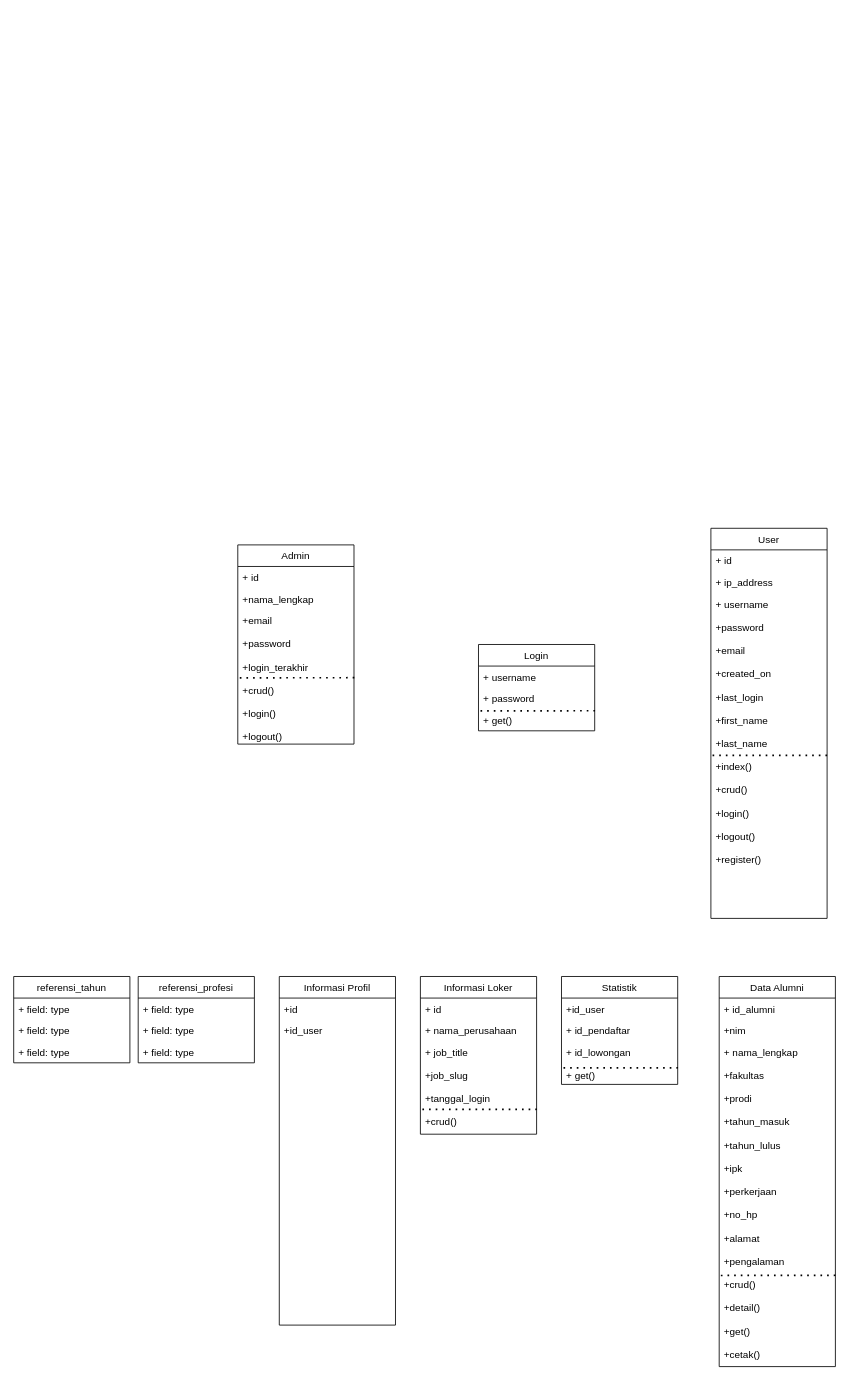
This is class diagram alumni.drawio from ratihpn99/tokoonline, a draw.io file, before an edit. Source tidied: cells renumbered, new cells numbered last; positions are measured from the earlier drawing's top-left corner, leaving out a move shared by most shapes. Both pictures are drawn from the tidied source at 83%, with x=0, y=0 at pixel (13, 528).
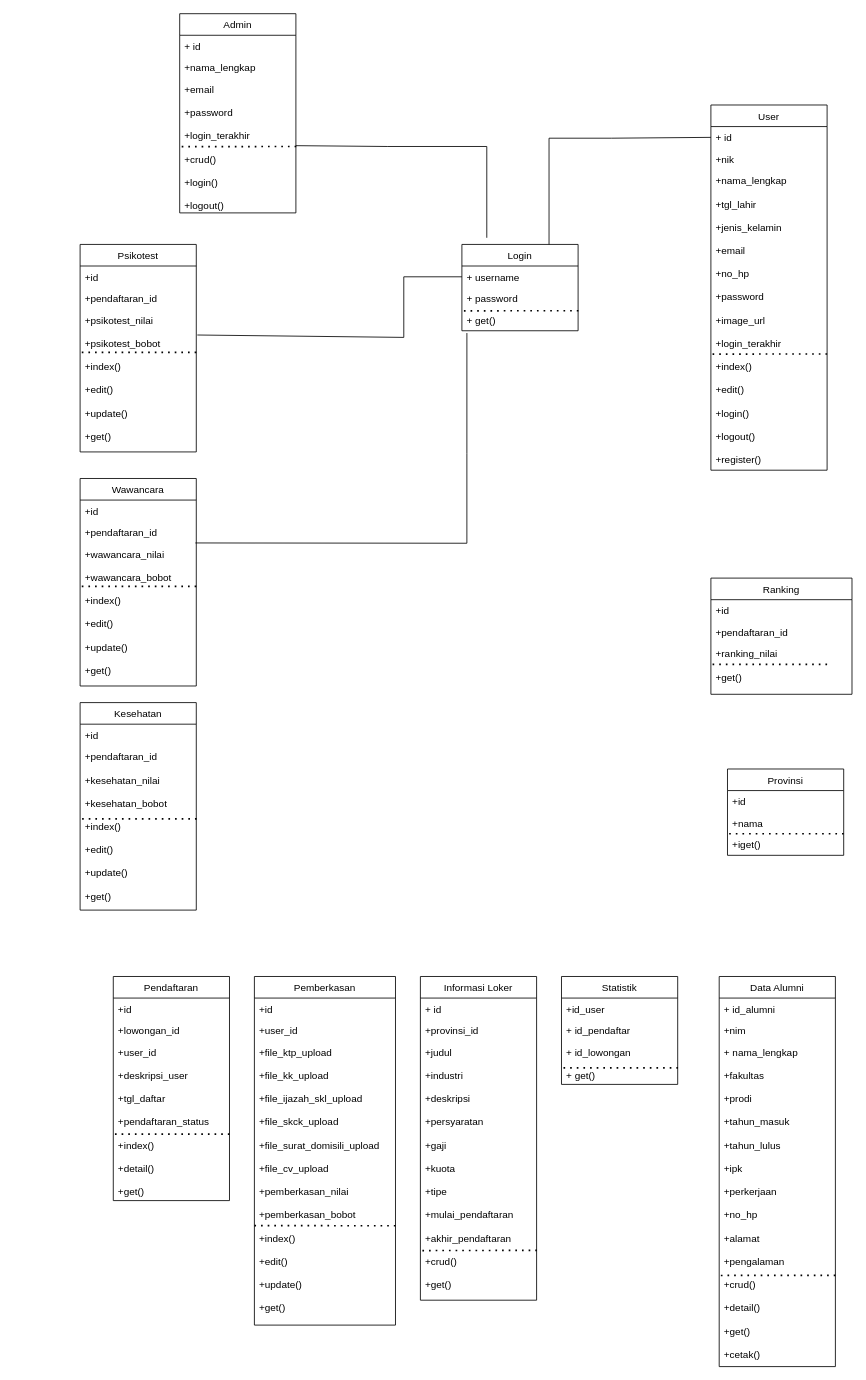
After the change.

The change refers to these unchanged cells:
```xml
<mxCell id="3" value="+ username" style="text;strokeColor=none;fillColor=none;align=left;verticalAlign=top;spacingLeft=4;spacingRight=4;overflow=hidden;points=[[0,0.5],[1,0.5]];portConstraint=eastwest;" parent="2" vertex="1">
  <mxGeometry y="26" width="140" height="26" as="geometry" />
</mxCell>
<mxCell id="5" value="+ get()" style="text;strokeColor=none;fillColor=none;align=left;verticalAlign=top;spacingLeft=4;spacingRight=4;overflow=hidden;points=[[0,0.5],[1,0.5]];portConstraint=eastwest;" parent="2" vertex="1">
  <mxGeometry y="78" width="140" height="26" as="geometry" />
</mxCell>
<mxCell id="11" value="+email&#10;&#10;+password&#10;&#10;+login_terakhir&#10;&#10;+crud()&#10;&#10;+login()&#10;&#10;+logout()" style="text;strokeColor=none;fillColor=none;align=left;verticalAlign=top;spacingLeft=4;spacingRight=4;overflow=hidden;points=[[0,0.5],[1,0.5]];portConstraint=eastwest;" parent="7" vertex="1">
  <mxGeometry y="78" width="140" height="162" as="geometry" />
</mxCell>
<mxCell id="13" value="+ id" style="text;strokeColor=none;fillColor=none;align=left;verticalAlign=top;spacingLeft=4;spacingRight=4;overflow=hidden;points=[[0,0.5],[1,0.5]];portConstraint=eastwest;" parent="12" vertex="1">
  <mxGeometry y="26" width="140" height="26" as="geometry" />
</mxCell>
```

Diff of the diagram source:
```diff
@@
     <mxCell id="2" value="Login" style="swimlane;fontStyle=0;horizontal=1;startSize=26;fillColor=none;" parent="1" vertex="1">
-      <mxGeometry x="560" y="140" width="140" height="104" as="geometry" />
+      <mxGeometry x="540" y="-342" width="140" height="104" as="geometry" />
     </mxCell>
@@
     <mxCell id="7" value="Admin" style="swimlane;fontStyle=0;horizontal=1;startSize=26;fillColor=none;" parent="1" vertex="1">
-      <mxGeometry x="270" y="20" width="140" height="240" as="geometry" />
+      <mxGeometry x="200" y="-620" width="140" height="240" as="geometry" />
     </mxCell>
@@
     <mxCell id="12" value="User" style="swimlane;fontStyle=0;horizontal=1;startSize=26;fillColor=none;" parent="1" vertex="1">
-      <mxGeometry x="840" width="140" height="470" as="geometry" />
+      <mxGeometry x="840" y="-510" width="140" height="440" as="geometry" />
     </mxCell>
@@
-    <mxCell id="14" value="+ ip_address" style="text;strokeColor=none;fillColor=none;align=left;verticalAlign=top;spacingLeft=4;spacingRight=4;overflow=hidden;" parent="12" vertex="1">
+    <mxCell id="14" value="+nik" style="text;strokeColor=none;fillColor=none;align=left;verticalAlign=top;spacingLeft=4;spacingRight=4;overflow=hidden;" parent="12" vertex="1">
       <mxGeometry y="52" width="140" height="26" as="geometry" />
     </mxCell>
-    <mxCell id="15" value="+ username&#10;&#10;+password&#10;&#10;+email&#10;&#10;+created_on&#10;&#10;+last_login&#10;&#10;+first_name&#10;&#10;+last_name&#10;&#10;+index()&#10;&#10;+crud()&#10;&#10;+login()&#10;&#10;+logout()&#10;&#10;+register()" style="text;strokeColor=none;fillColor=none;align=left;verticalAlign=top;spacingLeft=4;spacingRight=4;overflow=hidden;" parent="12" vertex="1">
-      <mxGeometry y="78" width="140" height="392" as="geometry" />
+    <mxCell id="15" value="+nama_lengkap&#10;&#10;+tgl_lahir&#10;&#10;+jenis_kelamin&#10;&#10;+email&#10;&#10;+no_hp&#10;&#10;+password&#10;&#10;+image_url&#10;&#10;+login_terakhir&#10;&#10;+index()&#10;&#10;+edit()&#10;&#10;+login()&#10;&#10;+logout()&#10;&#10;+register()" style="text;strokeColor=none;fillColor=none;align=left;verticalAlign=top;spacingLeft=4;spacingRight=4;overflow=hidden;" parent="12" vertex="1">
+      <mxGeometry y="78" width="140" height="362" as="geometry" />
     </mxCell>
     <mxCell id="16" style="endArrow=none;dashed=1;html=1;dashPattern=1 3;strokeWidth=2;rounded=0;exitX=1.003;exitY=1.071;exitDx=0;exitDy=0;exitPerimeter=0;" parent="12" edge="1">
       <mxGeometry relative="1" as="geometry">
-        <mxPoint x="140" y="273.5" as="sourcePoint" />
-        <mxPoint x="-0.4" y="273.6" as="targetPoint" />
+        <mxPoint x="140" y="300" as="sourcePoint" />
+        <mxPoint x="-0.4" y="300.1" as="targetPoint" />
       </mxGeometry>
     </mxCell>
@@
     <mxCell id="27" value="Informasi Loker" style="swimlane;fontStyle=0;horizontal=1;startSize=26;fillColor=none;" parent="1" vertex="1">
-      <mxGeometry x="490" y="540" width="140" height="190" as="geometry" />
+      <mxGeometry x="490" y="540" width="140" height="390" as="geometry" />
     </mxCell>
@@
-    <mxCell id="29" value="+ nama_perusahaan" style="text;strokeColor=none;fillColor=none;align=left;verticalAlign=top;spacingLeft=4;spacingRight=4;overflow=hidden;" parent="27" vertex="1">
+    <mxCell id="29" value="+provinsi_id" style="text;strokeColor=none;fillColor=none;align=left;verticalAlign=top;spacingLeft=4;spacingRight=4;overflow=hidden;" parent="27" vertex="1">
       <mxGeometry y="52" width="140" height="26" as="geometry" />
     </mxCell>
-    <mxCell id="30" value="+ job_title&#10;&#10;+job_slug&#10;&#10;+tanggal_login&#10;&#10;+crud()" style="text;strokeColor=none;fillColor=none;align=left;verticalAlign=top;spacingLeft=4;spacingRight=4;overflow=hidden;" parent="27" vertex="1">
-      <mxGeometry y="78" width="140" height="112" as="geometry" />
+    <mxCell id="30" value="+judul&#10;&#10;+industri&#10;&#10;+deskripsi&#10;&#10;+persyaratan&#10;&#10;+gaji&#10;&#10;+kuota&#10;&#10;+tipe&#10;&#10;+mulai_pendaftaran&#10;&#10;+akhir_pendaftaran&#10;&#10;+crud()&#10;&#10;+get()" style="text;strokeColor=none;fillColor=none;align=left;verticalAlign=top;spacingLeft=4;spacingRight=4;overflow=hidden;" parent="27" vertex="1">
+      <mxGeometry y="78" width="140" height="312" as="geometry" />
     </mxCell>
-    <mxCell id="31" style="endArrow=none;dashed=1;html=1;dashPattern=1 3;strokeWidth=2;rounded=0;exitX=1.003;exitY=1.071;exitDx=0;exitDy=0;exitPerimeter=0;" parent="27" edge="1">
-      <mxGeometry relative="1" as="geometry">
-        <mxPoint x="140.4" y="160" as="sourcePoint" />
-        <mxPoint y="160.1" as="targetPoint" />
-      </mxGeometry>
-    </mxCell>
+    <mxCell id="43" style="endArrow=none;dashed=1;html=1;dashPattern=1 3;strokeWidth=2;rounded=0;exitX=1.003;exitY=1.071;exitDx=0;exitDy=0;exitPerimeter=0;" parent="27" edge="1">
+      <mxGeometry relative="1" as="geometry">
+        <mxPoint x="140.4" y="330" as="sourcePoint" />
+        <mxPoint y="330.2" as="targetPoint" />
+      </mxGeometry>
+    </mxCell>
-    <mxCell id="32" value="Informasi Profil" style="swimlane;fontStyle=0;horizontal=1;startSize=26;fillColor=none;" parent="1" vertex="1">
-      <mxGeometry x="320" y="540" width="140" height="420" as="geometry" />
+    <mxCell id="32" value="Kesehatan" style="swimlane;fontStyle=0;horizontal=1;startSize=26;fillColor=none;" parent="1" vertex="1">
+      <mxGeometry x="80" y="210" width="140" height="250" as="geometry" />
     </mxCell>
@@
+    <mxCell id="31" style="endArrow=none;dashed=1;html=1;dashPattern=1 3;strokeWidth=2;rounded=0;exitX=1.003;exitY=1.071;exitDx=0;exitDy=0;exitPerimeter=0;" parent="32" edge="1">
+      <mxGeometry relative="1" as="geometry">
+        <mxPoint x="140.4" y="140" as="sourcePoint" />
+        <mxPoint y="140.1" as="targetPoint" />
+      </mxGeometry>
+    </mxCell>
-    <mxCell id="34" value="+id_user&#10;&#10;&#10;" style="text;strokeColor=none;fillColor=none;align=left;verticalAlign=top;spacingLeft=4;spacingRight=4;overflow=hidden;" parent="32" vertex="1">
-      <mxGeometry y="52" width="140" height="368" as="geometry" />
+    <mxCell id="34" value="+pendaftaran_id&#10;&#10;+kesehatan_nilai&#10;&#10;+kesehatan_bobot&#10;&#10;+index()&#10;&#10;+edit()&#10;&#10;+update()&#10;&#10;+get()&#10;&#10;" style="text;strokeColor=none;fillColor=none;align=left;verticalAlign=top;spacingLeft=4;spacingRight=4;overflow=hidden;" parent="32" vertex="1">
+      <mxGeometry y="52" width="140" height="198" as="geometry" />
     </mxCell>
-    <mxCell id="35" value="referensi_profesi" style="swimlane;fontStyle=0;horizontal=1;startSize=26;fillColor=none;" parent="1" vertex="1">
-      <mxGeometry x="150" y="540" width="140" height="104" as="geometry" />
+    <mxCell id="35" value="Pemberkasan" style="swimlane;fontStyle=0;horizontal=1;startSize=26;fillColor=none;" parent="1" vertex="1">
+      <mxGeometry x="290" y="540" width="170" height="420" as="geometry" />
     </mxCell>
-    <mxCell id="36" value="+ field: type" style="text;strokeColor=none;fillColor=none;align=left;verticalAlign=top;spacingLeft=4;spacingRight=4;overflow=hidden;" parent="35" vertex="1">
-      <mxGeometry y="26" width="140" height="26" as="geometry" />
+    <mxCell id="36" value="+id" style="text;strokeColor=none;fillColor=none;align=left;verticalAlign=top;spacingLeft=4;spacingRight=4;overflow=hidden;" parent="35" vertex="1">
+      <mxGeometry y="26" width="170" height="26" as="geometry" />
     </mxCell>
-    <mxCell id="37" value="+ field: type" style="text;strokeColor=none;fillColor=none;align=left;verticalAlign=top;spacingLeft=4;spacingRight=4;overflow=hidden;" parent="35" vertex="1">
-      <mxGeometry y="52" width="140" height="26" as="geometry" />
+    <mxCell id="37" value="+user_id" style="text;strokeColor=none;fillColor=none;align=left;verticalAlign=top;spacingLeft=4;spacingRight=4;overflow=hidden;" parent="35" vertex="1">
+      <mxGeometry y="52" width="170" height="26" as="geometry" />
     </mxCell>
-    <mxCell id="38" value="+ field: type" style="text;strokeColor=none;fillColor=none;align=left;verticalAlign=top;spacingLeft=4;spacingRight=4;overflow=hidden;points=[[0,0.5],[1,0.5]];portConstraint=eastwest;" parent="35" vertex="1">
-      <mxGeometry y="78" width="140" height="26" as="geometry" />
+    <mxCell id="38" value="+file_ktp_upload&#10;&#10;+file_kk_upload&#10;&#10;+file_ijazah_skl_upload&#10;&#10;+file_skck_upload&#10;&#10;+file_surat_domisili_upload&#10;&#10;+file_cv_upload&#10;&#10;+pemberkasan_nilai&#10;&#10;+pemberkasan_bobot&#10;&#10;+index()&#10;&#10;+edit()&#10;&#10;+update()&#10;&#10;+get()&#10;" style="text;strokeColor=none;fillColor=none;align=left;verticalAlign=top;spacingLeft=4;spacingRight=4;overflow=hidden;points=[[0,0.5],[1,0.5]];portConstraint=eastwest;" parent="35" vertex="1">
+      <mxGeometry y="78" width="170" height="342" as="geometry" />
     </mxCell>
+    <mxCell id="44" style="endArrow=none;dashed=1;html=1;dashPattern=1 3;strokeWidth=2;rounded=0;exitX=1;exitY=0.65;exitDx=0;exitDy=0;exitPerimeter=0;" parent="35" edge="1" source="38">
+      <mxGeometry relative="1" as="geometry">
+        <mxPoint y="300.2" as="targetPoint" />
+      </mxGeometry>
+    </mxCell>
-    <mxCell id="39" value="referensi_tahun" style="swimlane;fontStyle=0;horizontal=1;startSize=26;fillColor=none;" parent="1" vertex="1">
-      <mxGeometry y="540" width="140" height="104" as="geometry" />
+    <mxCell id="39" value="Pendaftaran" style="swimlane;fontStyle=0;horizontal=1;startSize=26;fillColor=none;" parent="1" vertex="1">
+      <mxGeometry x="120" y="540" width="140" height="270" as="geometry" />
     </mxCell>
-    <mxCell id="40" value="+ field: type" style="text;strokeColor=none;fillColor=none;align=left;verticalAlign=top;spacingLeft=4;spacingRight=4;overflow=hidden;" parent="39" vertex="1">
+    <mxCell id="40" value="+id" style="text;strokeColor=none;fillColor=none;align=left;verticalAlign=top;spacingLeft=4;spacingRight=4;overflow=hidden;" parent="39" vertex="1">
       <mxGeometry y="26" width="140" height="26" as="geometry" />
     </mxCell>
-    <mxCell id="41" value="+ field: type" style="text;strokeColor=none;fillColor=none;align=left;verticalAlign=top;spacingLeft=4;spacingRight=4;overflow=hidden;" parent="39" vertex="1">
+    <mxCell id="41" value="+lowongan_id" style="text;strokeColor=none;fillColor=none;align=left;verticalAlign=top;spacingLeft=4;spacingRight=4;overflow=hidden;" parent="39" vertex="1">
       <mxGeometry y="52" width="140" height="26" as="geometry" />
     </mxCell>
-    <mxCell id="42" value="+ field: type" style="text;strokeColor=none;fillColor=none;align=left;verticalAlign=top;spacingLeft=4;spacingRight=4;overflow=hidden;" parent="39" vertex="1">
-      <mxGeometry y="78" width="140" height="26" as="geometry" />
+    <mxCell id="42" value="+user_id&#10;&#10;+deskripsi_user&#10;&#10;+tgl_daftar&#10;&#10;+pendaftaran_status&#10;&#10;+index()&#10;&#10;+detail()&#10;&#10;+get()&#10;" style="text;strokeColor=none;fillColor=none;align=left;verticalAlign=top;spacingLeft=4;spacingRight=4;overflow=hidden;" parent="39" vertex="1">
+      <mxGeometry y="78" width="140" height="192" as="geometry" />
     </mxCell>
+    <mxCell id="45" style="endArrow=none;dashed=1;html=1;dashPattern=1 3;strokeWidth=2;rounded=0;" parent="39" edge="1">
+      <mxGeometry relative="1" as="geometry">
+        <mxPoint x="140" y="190" as="sourcePoint" />
+        <mxPoint y="190" as="targetPoint" />
+      </mxGeometry>
+    </mxCell>
+    <mxCell id="46" value="Provinsi" style="swimlane;fontStyle=0;horizontal=1;startSize=26;fillColor=none;" parent="1" vertex="1">
+      <mxGeometry x="860" y="290" width="140" height="104" as="geometry" />
+    </mxCell>
+    <mxCell id="47" value="+id" style="text;strokeColor=none;fillColor=none;align=left;verticalAlign=top;spacingLeft=4;spacingRight=4;overflow=hidden;" parent="46" vertex="1">
+      <mxGeometry y="26" width="140" height="26" as="geometry" />
+    </mxCell>
+    <mxCell id="48" value="+nama" style="text;strokeColor=none;fillColor=none;align=left;verticalAlign=top;spacingLeft=4;spacingRight=4;overflow=hidden;" parent="46" vertex="1">
+      <mxGeometry y="52" width="140" height="26" as="geometry" />
+    </mxCell>
+    <mxCell id="49" style="endArrow=none;dashed=1;html=1;dashPattern=1 3;strokeWidth=2;rounded=0;" parent="46" edge="1">
+      <mxGeometry relative="1" as="geometry">
+        <mxPoint x="140" y="78" as="sourcePoint" />
+        <mxPoint y="78" as="targetPoint" />
+      </mxGeometry>
+    </mxCell>
+    <mxCell id="50" value="+iget()" style="text;strokeColor=none;fillColor=none;align=left;verticalAlign=top;spacingLeft=4;spacingRight=4;overflow=hidden;" parent="46" vertex="1">
+      <mxGeometry y="78" width="140" height="26" as="geometry" />
+    </mxCell>
+    <mxCell id="51" value="Psikotest" style="swimlane;fontStyle=0;horizontal=1;startSize=26;fillColor=none;" parent="1" vertex="1">
+      <mxGeometry x="80" y="-342" width="140" height="250" as="geometry" />
+    </mxCell>
+    <mxCell id="52" value="+id" style="text;strokeColor=none;fillColor=none;align=left;verticalAlign=top;spacingLeft=4;spacingRight=4;overflow=hidden;" parent="51" vertex="1">
+      <mxGeometry y="26" width="140" height="26" as="geometry" />
+    </mxCell>
+    <mxCell id="53" value="+pendaftaran_id " style="text;strokeColor=none;fillColor=none;align=left;verticalAlign=top;spacingLeft=4;spacingRight=4;overflow=hidden;" parent="51" vertex="1">
+      <mxGeometry y="52" width="140" height="26" as="geometry" />
+    </mxCell>
+    <mxCell id="54" value="+psikotest_nilai&#10;&#10;+psikotest_bobot&#10;&#10;+index()&#10;&#10;+edit()&#10;&#10;+update()&#10;&#10;+get()&#10;" style="text;strokeColor=none;fillColor=none;align=left;verticalAlign=top;spacingLeft=4;spacingRight=4;overflow=hidden;points=[[0,0.5],[1,0.5]];portConstraint=eastwest;" parent="51" vertex="1">
+      <mxGeometry y="78" width="140" height="172" as="geometry" />
+    </mxCell>
+    <mxCell id="55" style="endArrow=none;dashed=1;html=1;dashPattern=1 3;strokeWidth=2;rounded=0;" parent="51" edge="1">
+      <mxGeometry relative="1" as="geometry">
+        <mxPoint x="140" y="130" as="sourcePoint" />
+        <mxPoint y="130" as="targetPoint" />
+      </mxGeometry>
+    </mxCell>
+    <mxCell id="56" value="Wawancara" style="swimlane;fontStyle=0;horizontal=1;startSize=26;fillColor=none;" parent="1" vertex="1">
+      <mxGeometry x="80" y="-60" width="140" height="250" as="geometry" />
+    </mxCell>
+    <mxCell id="57" value="+id" style="text;strokeColor=none;fillColor=none;align=left;verticalAlign=top;spacingLeft=4;spacingRight=4;overflow=hidden;" parent="56" vertex="1">
+      <mxGeometry y="26" width="140" height="26" as="geometry" />
+    </mxCell>
+    <mxCell id="58" value="+pendaftaran_id " style="text;strokeColor=none;fillColor=none;align=left;verticalAlign=top;spacingLeft=4;spacingRight=4;overflow=hidden;" parent="56" vertex="1">
+      <mxGeometry y="52" width="140" height="26" as="geometry" />
+    </mxCell>
+    <mxCell id="59" style="endArrow=none;dashed=1;html=1;dashPattern=1 3;strokeWidth=2;rounded=0;" parent="56" edge="1">
+      <mxGeometry relative="1" as="geometry">
+        <mxPoint x="140" y="130" as="sourcePoint" />
+        <mxPoint y="130" as="targetPoint" />
+      </mxGeometry>
+    </mxCell>
+    <mxCell id="60" value="+wawancara_nilai&#10;&#10;+wawancara_bobot&#10;&#10;+index()&#10;&#10;+edit()&#10;&#10;+update()&#10;&#10;+get()&#10;&#10;" style="text;strokeColor=none;fillColor=none;align=left;verticalAlign=top;spacingLeft=4;spacingRight=4;overflow=hidden;points=[[0,0.5],[1,0.5]];portConstraint=eastwest;" parent="56" vertex="1">
+      <mxGeometry y="78" width="140" height="172" as="geometry" />
+    </mxCell>
+    <mxCell id="61" style="endArrow=none;html=1;rounded=0;exitX=1;exitY=0.5;exitDx=0;exitDy=0;" parent="1" edge="1" source="11">
+      <mxGeometry relative="1" as="geometry">
+        <mxPoint x="570" y="-350" as="targetPoint" />
+        <Array as="points">
+          <mxPoint x="450" y="-460" />
+          <mxPoint x="570" y="-460" />
+        </Array>
+      </mxGeometry>
+    </mxCell>
+    <mxCell id="62" style="endArrow=none;html=1;rounded=0;entryX=0;entryY=0.5;entryDx=0;entryDy=0;exitX=0.75;exitY=0;exitDx=0;exitDy=0;" parent="1" edge="1" source="2" target="13">
+      <mxGeometry relative="1" as="geometry">
+        <Array as="points">
+          <mxPoint x="645" y="-470" />
+          <mxPoint x="720" y="-470" />
+        </Array>
+      </mxGeometry>
+    </mxCell>
+    <mxCell id="63" value="Ranking" style="swimlane;fontStyle=0;horizontal=1;startSize=26;fillColor=none;" parent="1" vertex="1">
+      <mxGeometry x="840" y="60" width="170" height="140" as="geometry" />
+    </mxCell>
+    <mxCell id="64" value="+id" style="text;strokeColor=none;fillColor=none;align=left;verticalAlign=top;spacingLeft=4;spacingRight=4;overflow=hidden;" parent="63" vertex="1">
+      <mxGeometry y="26" width="170" height="26" as="geometry" />
+    </mxCell>
+    <mxCell id="65" value="+pendaftaran_id " style="text;strokeColor=none;fillColor=none;align=left;verticalAlign=top;spacingLeft=4;spacingRight=4;overflow=hidden;" parent="63" vertex="1">
+      <mxGeometry y="52" width="170" height="26" as="geometry" />
+    </mxCell>
+    <mxCell id="66" style="endArrow=none;dashed=1;html=1;dashPattern=1 3;strokeWidth=2;rounded=0;" parent="63" edge="1">
+      <mxGeometry relative="1" as="geometry">
+        <mxPoint x="140" y="104" as="sourcePoint" />
+        <mxPoint y="104" as="targetPoint" />
+      </mxGeometry>
+    </mxCell>
+    <mxCell id="67" value="+ranking_nilai&#10;&#10;+get()&#10;" style="text;strokeColor=none;fillColor=none;align=left;verticalAlign=top;spacingLeft=4;spacingRight=4;overflow=hidden;" parent="63" vertex="1">
+      <mxGeometry y="78" width="170" height="62" as="geometry" />
+    </mxCell>
+    <mxCell id="68" style="endArrow=none;html=1;rounded=0;entryX=0;entryY=0.5;entryDx=0;entryDy=0;exitX=1.009;exitY=0.181;exitDx=0;exitDy=0;exitPerimeter=0;" parent="1" edge="1" source="54" target="3">
+      <mxGeometry relative="1" as="geometry">
+        <Array as="points">
+          <mxPoint x="470" y="-230" />
+          <mxPoint x="470" y="-303" />
+        </Array>
+      </mxGeometry>
+    </mxCell>
+    <mxCell id="69" style="endArrow=none;html=1;rounded=0;entryX=0.043;entryY=1.106;entryDx=0;entryDy=0;entryPerimeter=0;exitX=0.992;exitY=-0.002;exitDx=0;exitDy=0;exitPerimeter=0;" parent="1" edge="1" source="60" target="5">
+      <mxGeometry relative="1" as="geometry">
+        <Array as="points">
+          <mxPoint x="546" y="18" />
+          <mxPoint x="546" y="-90" />
+        </Array>
+      </mxGeometry>
+    </mxCell>
```
